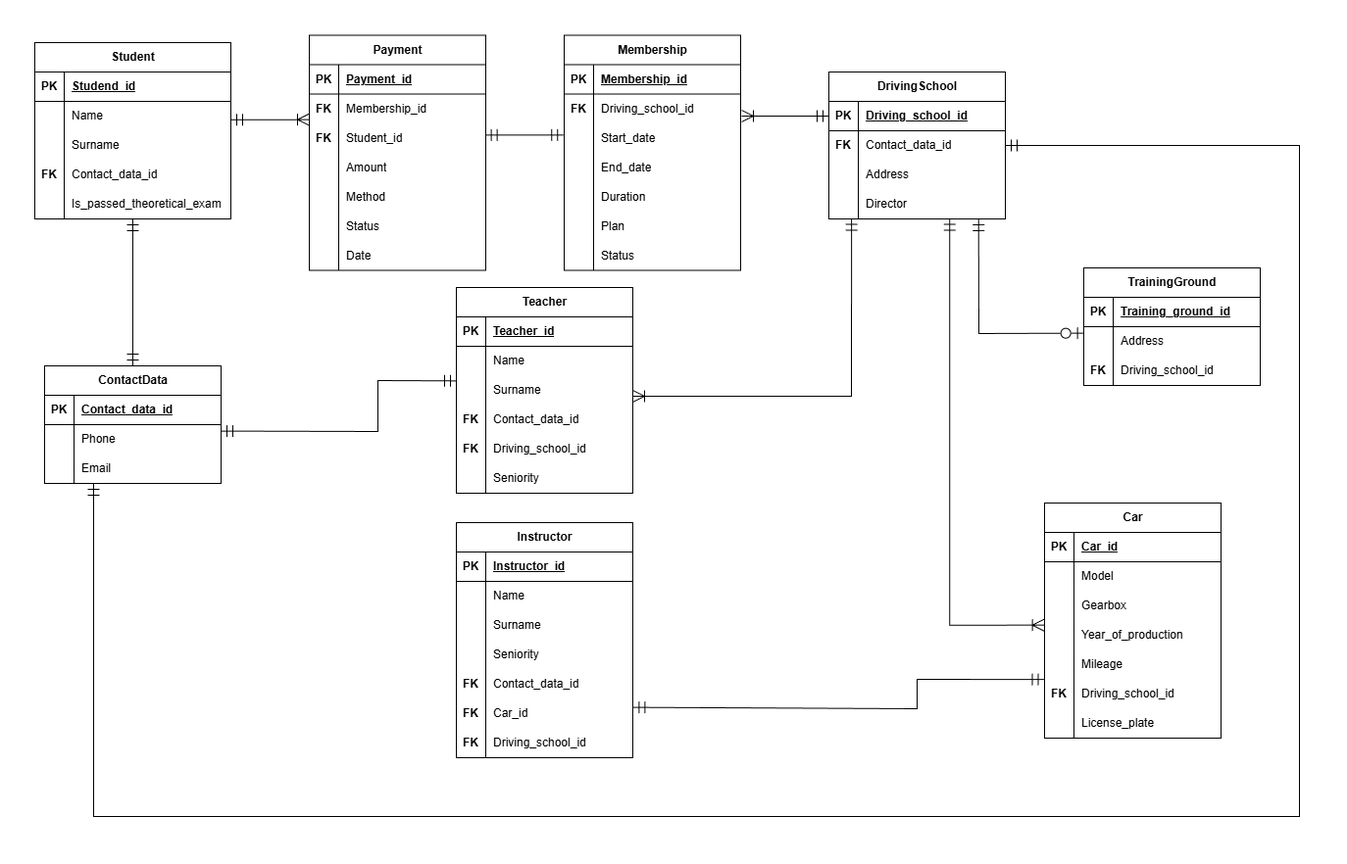
Above: Lab1/Crow's foot diagram.png in KyryloBB/Software-engineering-components (draw.io), before the change. Source tidied: cells renumbered, new cells last; positions are measured from the earlier drawing's top-left corner, leaving out a move shared by most shapes.
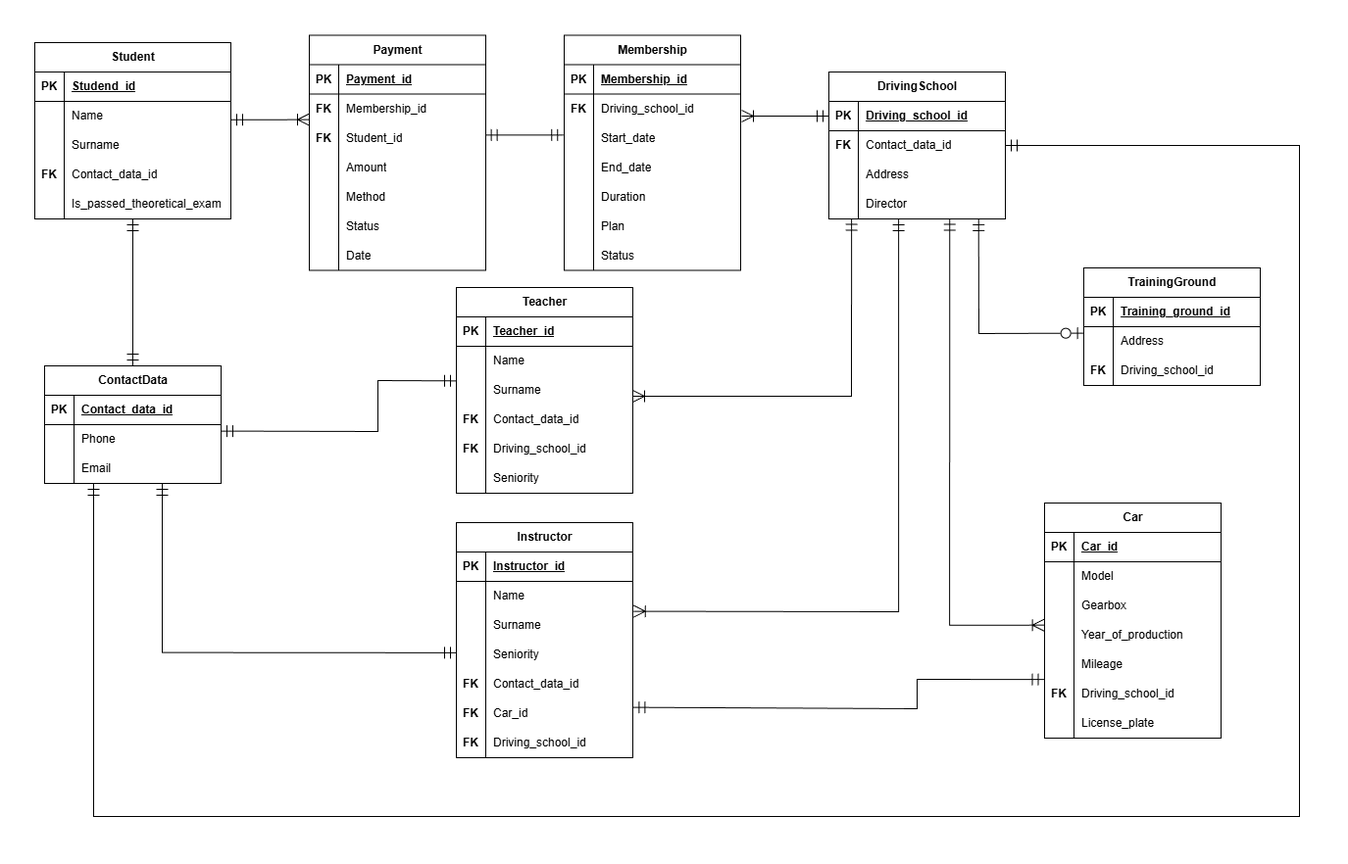
Above is the later version.

Commit message:
fixed mistakes with relationships

What changed in the source:
```diff
@@ -554,5 +554,21 @@
         </Array>
       </mxGeometry>
     </mxCell>
+    <mxCell id="170" style="endArrow=ERmandOne;html=1;rounded=0;exitX=1.004;exitY=0.019;exitDx=0;exitDy=0;exitPerimeter=0;endFill=0;jumpSize=10;startArrow=ERoneToMany;startFill=0;startSize=10;endSize=10;" parent="1" edge="1" source="113">
+      <mxGeometry relative="1" as="geometry">
+        <mxPoint x="881.1" y="188" as="targetPoint" />
+        <Array as="points">
+          <mxPoint x="881.1" y="589" />
+        </Array>
+      </mxGeometry>
+    </mxCell>
+    <mxCell id="171" style="endArrow=ERmandOne;html=1;rounded=0;entryX=0;entryY=0.429;entryDx=0;entryDy=0;entryPerimeter=0;endFill=0;endSize=10;startArrow=ERmandOne;startFill=0;startSize=10;" parent="1" edge="1" target="116">
+      <mxGeometry relative="1" as="geometry">
+        <mxPoint x="130" y="458" as="sourcePoint" />
+        <Array as="points">
+          <mxPoint x="130" y="630.6" />
+        </Array>
+      </mxGeometry>
+    </mxCell>
   </root>
 </mxGraphModel>
```
